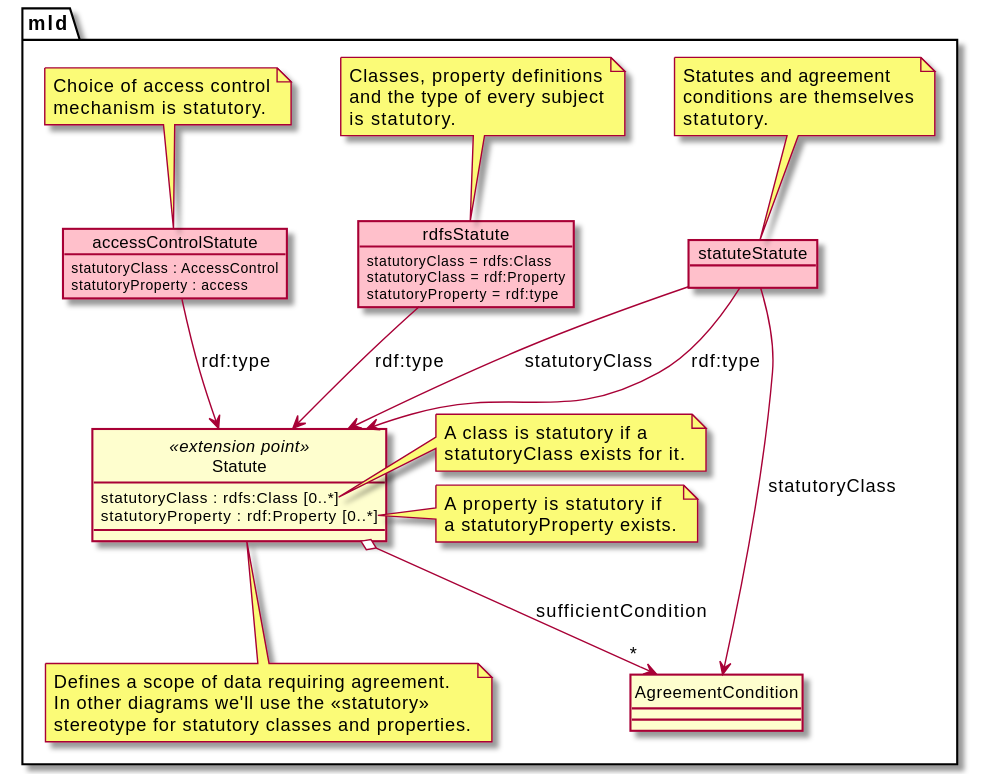
Earlier version of the PlantUML export design/img/statute.class.svg (m-ld/m-ld-security-spec).
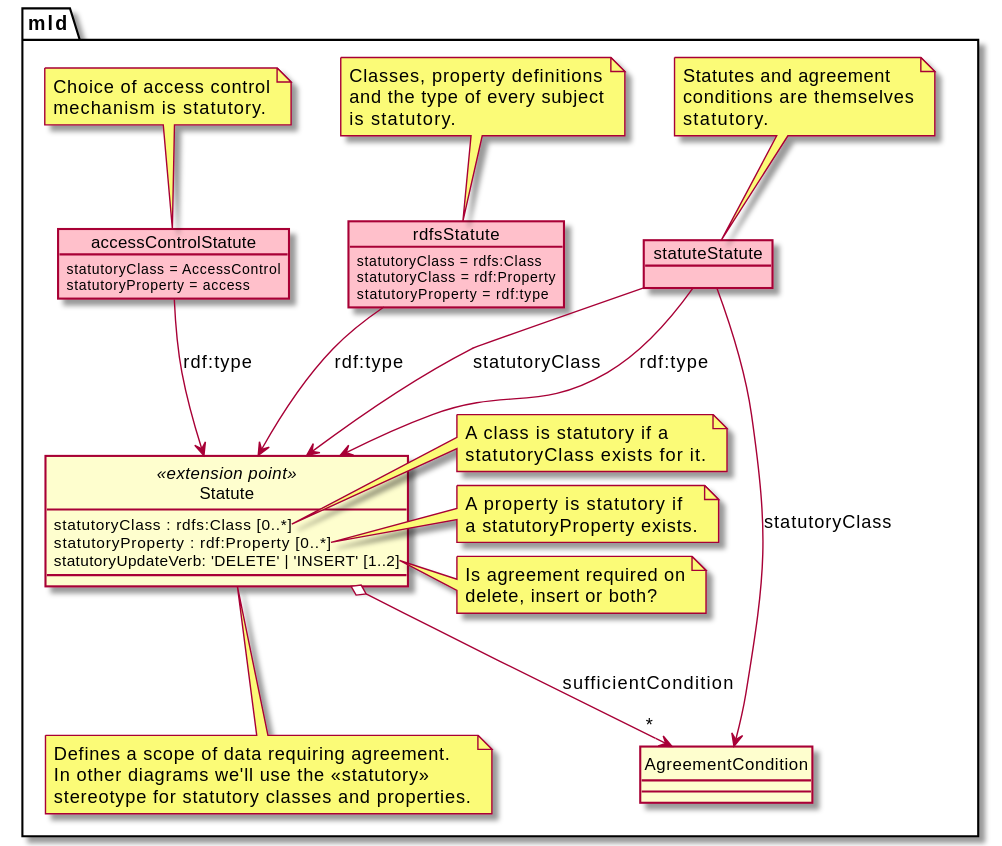
Later version of the same file.

The edit, as a diff of the source:
```diff
@@ -11,6 +11,7 @@
 class Statute <<extension point>> {
   statutoryClass : rdfs:Class [0..*]
   statutoryProperty : rdf:Property [0..*]
+  statutoryUpdateVerb: 'DELETE' | 'INSERT' [1..2]
 }
 note bottom
 Defines a scope of data requiring agreement.
@@ -24,6 +25,10 @@
 note right of Statute::statutoryProperty
 A property is statutory if
 a statutoryProperty exists.
+end note
+note right of Statute::statutoryUpdateVerb
+Is agreement required on
+delete, insert or both?
 end note
 
 Statute o--> "*" AgreementCondition : sufficientCondition
@@ -51,8 +56,8 @@
 rdfsStatute --> Statute : rdf:type
 
 object accessControlStatute {
-  statutoryClass : AccessControl
-  statutoryProperty : access
+  statutoryClass = AccessControl
+  statutoryProperty = access
 }
 note top
   Choice of access control
```
